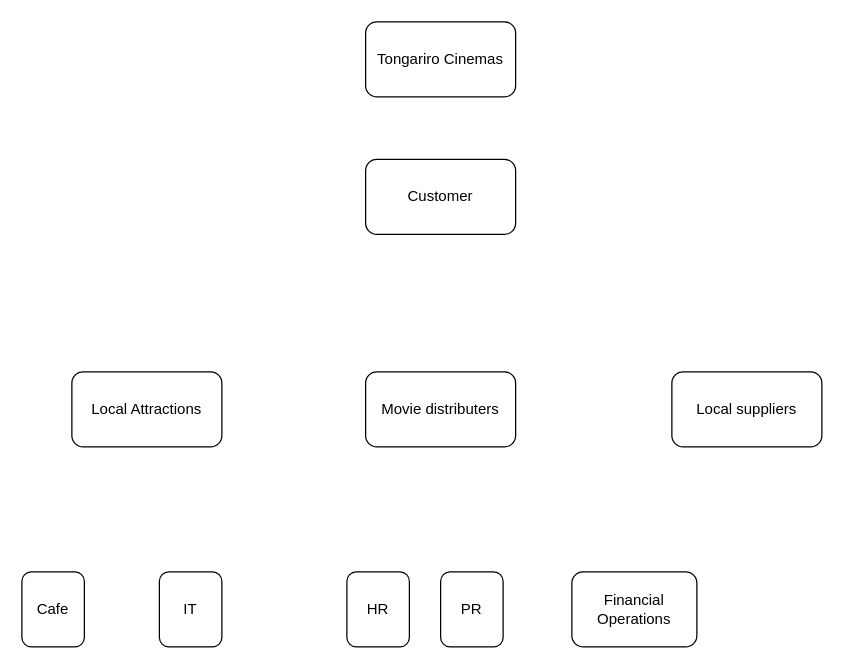
Before: Untitled Diagram.drawio in julieeesy/Requirement-Analysis-and-Solution-Design, a draw.io diagram. Source tidied: cells renumbered, new cells numbered last; positions are measured from the earlier drawing's top-left corner, leaving out a move shared by most shapes. Both pictures are drawn from the tidied source at 125%, with x=0, y=0 at pixel (21, 21).
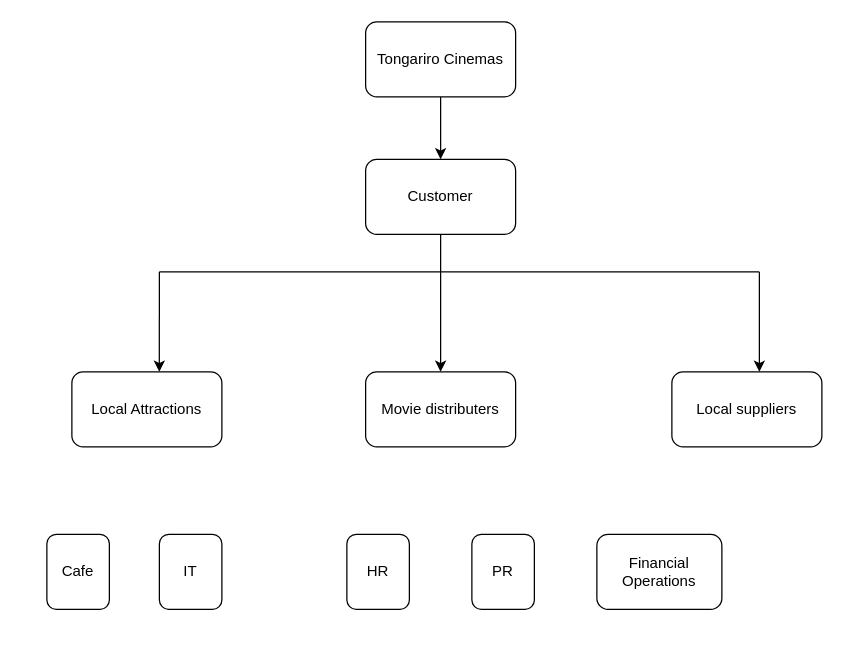
Above is the later version.

Unchanged cells that the change refers to:
```xml
<mxCell id="2" value="Tongariro Cinemas" style="rounded=1;whiteSpace=wrap;html=1;" parent="1" vertex="1">
  <mxGeometry x="275" width="120" height="60" as="geometry" />
</mxCell>
<mxCell id="3" value="Customer" style="rounded=1;whiteSpace=wrap;html=1;" parent="1" vertex="1">
  <mxGeometry x="275" y="110" width="120" height="60" as="geometry" />
</mxCell>
<mxCell id="4" value="Local Attractions" style="rounded=1;whiteSpace=wrap;html=1;" parent="1" vertex="1">
  <mxGeometry x="40" y="280" width="120" height="60" as="geometry" />
</mxCell>
```

Change to the diagram source:
```diff
@@
     <mxCell id="7" value="Cafe" style="rounded=1;whiteSpace=wrap;html=1;" parent="1" vertex="1">
-      <mxGeometry y="440" width="50" height="60" as="geometry" />
+      <mxGeometry x="20" y="410" width="50" height="60" as="geometry" />
     </mxCell>
     <mxCell id="8" value="IT" style="rounded=1;whiteSpace=wrap;html=1;" parent="1" vertex="1">
-      <mxGeometry x="110" y="440" width="50" height="60" as="geometry" />
+      <mxGeometry x="110" y="410" width="50" height="60" as="geometry" />
     </mxCell>
     <mxCell id="9" value="HR" style="rounded=1;whiteSpace=wrap;html=1;" parent="1" vertex="1">
-      <mxGeometry x="260" y="440" width="50" height="60" as="geometry" />
+      <mxGeometry x="260" y="410" width="50" height="60" as="geometry" />
     </mxCell>
     <mxCell id="10" value="PR" style="rounded=1;whiteSpace=wrap;html=1;" parent="1" vertex="1">
-      <mxGeometry x="335" y="440" width="50" height="60" as="geometry" />
+      <mxGeometry x="360" y="410" width="50" height="60" as="geometry" />
     </mxCell>
     <mxCell id="11" value="Financial Operations" style="rounded=1;whiteSpace=wrap;html=1;" parent="1" vertex="1">
-      <mxGeometry x="440" y="440" width="100" height="60" as="geometry" />
+      <mxGeometry x="460" y="410" width="100" height="60" as="geometry" />
     </mxCell>
+    <mxCell id="12" style="endArrow=classic;html=1;rounded=0;exitX=0.5;exitY=1;exitDx=0;exitDy=0;entryX=0.5;entryY=0;entryDx=0;entryDy=0;" parent="1" edge="1" source="2" target="3">
+      <mxGeometry relative="1" as="geometry" />
+    </mxCell>
+    <mxCell id="13" style="endArrow=none;html=1;rounded=0;entryX=0.5;entryY=1;entryDx=0;entryDy=0;" parent="1" edge="1" target="3">
+      <mxGeometry relative="1" as="geometry">
+        <mxPoint x="335" y="200" as="sourcePoint" />
+      </mxGeometry>
+    </mxCell>
+    <mxCell id="14" style="endArrow=none;html=1;rounded=0;" parent="1" edge="1">
+      <mxGeometry relative="1" as="geometry">
+        <mxPoint x="110" y="200" as="sourcePoint" />
+        <mxPoint x="590" y="200" as="targetPoint" />
+      </mxGeometry>
+    </mxCell>
+    <mxCell id="15" style="endArrow=classic;html=1;rounded=0;entryX=0.583;entryY=0;entryDx=0;entryDy=0;entryPerimeter=0;" parent="1" edge="1" target="4">
+      <mxGeometry relative="1" as="geometry">
+        <mxPoint x="110" y="200" as="sourcePoint" />
+      </mxGeometry>
+    </mxCell>
+    <mxCell id="16" style="endArrow=classic;html=1;rounded=0;entryX=0.583;entryY=0;entryDx=0;entryDy=0;entryPerimeter=0;" parent="1" edge="1">
+      <mxGeometry relative="1" as="geometry">
+        <mxPoint x="335" y="200" as="sourcePoint" />
+        <mxPoint x="335" y="280" as="targetPoint" />
+      </mxGeometry>
+    </mxCell>
+    <mxCell id="17" style="endArrow=classic;html=1;rounded=0;entryX=0.583;entryY=0;entryDx=0;entryDy=0;entryPerimeter=0;" parent="1" edge="1">
+      <mxGeometry relative="1" as="geometry">
+        <mxPoint x="590" y="200" as="sourcePoint" />
+        <mxPoint x="590" y="280" as="targetPoint" />
+      </mxGeometry>
+    </mxCell>
```
